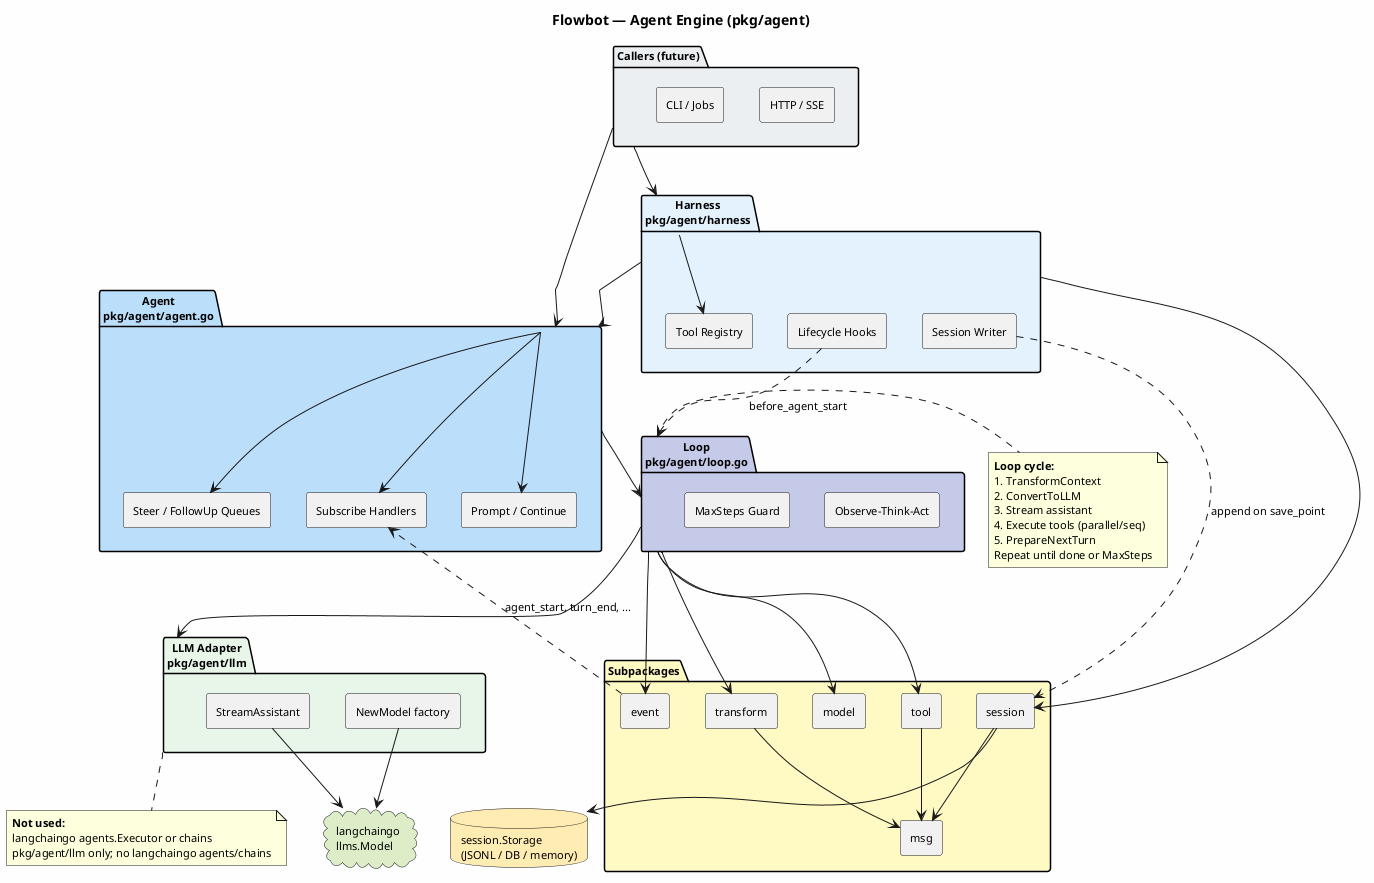
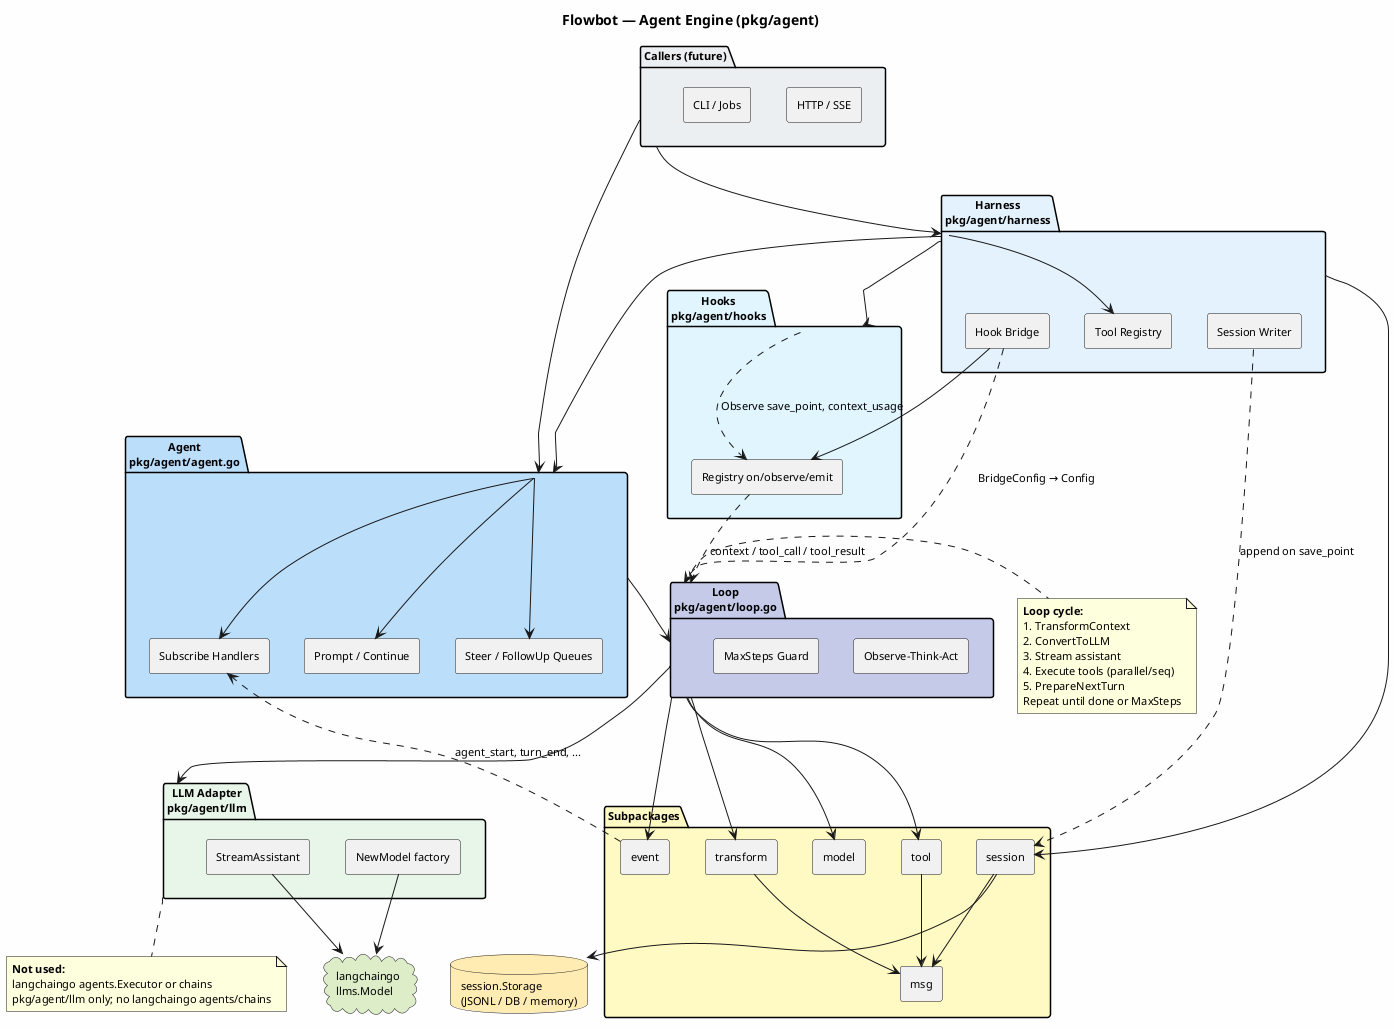
@startuml Agent Engine
' =============================================================================
' Flowbot Agent Engine (pkg/agent)
' Render: plantuml docs/agent/agent.puml
' =============================================================================

skinparam componentStyle rectangle
skinparam backgroundColor #FEFEFE
skinparam defaultFontSize 11

title Flowbot — Agent Engine (pkg/agent)

package "Callers (future)" as Callers #ECEFF1 {
  [HTTP / SSE] as HTTP
  [CLI / Jobs] as CLI
}

package "Harness\npkg/agent/harness" as Harness #E3F2FD {
-   [Lifecycle Hooks] as Hooks
  [Session Writer] as SessWrite
  [Tool Registry] as HReg
+   [Hook Bridge] as HBridge
+ }
+ 
+ package "Hooks\npkg/agent/hooks" as HooksPkg #E1F5FE {
+   [Registry on/observe/emit] as HookReg
}

package "Agent\npkg/agent/agent.go" as AgentPkg #BBDEFB {
  [Prompt / Continue] as Prompt
  [Steer / FollowUp Queues] as Queues
  [Subscribe Handlers] as Subs
}

package "Loop\npkg/agent/loop.go" as Loop #C5CAE9 {
  [Observe-Think-Act] as OTA
  [MaxSteps Guard] as Guard
}

package "Subpackages" as Sub #FFF9C4 {
  [tool] as ToolPkg
  [transform] as TransformPkg
  [session] as SessionPkg
  [model] as ModelPkg
  [event] as EventPkg
  [msg] as MsgPkg
}

package "LLM Adapter\npkg/agent/llm" as LLM #E8F5E9 {
  [StreamAssistant] as Stream
  [NewModel factory] as Factory
}

cloud "langchaingo\nllms.Model" as LangchainGo #DCEDC8

database "session.Storage\n(JSONL / DB / memory)" as Storage #FFECB3

Callers --> Harness
Callers --> AgentPkg
Harness --> AgentPkg
Harness --> SessionPkg
Harness --> HReg
+ Harness --> HooksPkg
+ HBridge --> HookReg
+ HBridge ..> Loop : BridgeConfig → Config

AgentPkg --> Loop
AgentPkg --> Subs
AgentPkg --> Queues
AgentPkg --> Prompt

Loop --> ToolPkg
Loop --> TransformPkg
Loop --> LLM
Loop --> EventPkg
Loop --> ModelPkg

ToolPkg --> MsgPkg
TransformPkg --> MsgPkg
SessionPkg --> MsgPkg
SessionPkg --> Storage

Stream --> LangchainGo
Factory --> LangchainGo

- Hooks ..> Loop : before_agent_start
+ HookReg ..> Loop : context / tool_call / tool_result
SessWrite ..> SessionPkg : append on save_point
+ HooksPkg ..> HookReg : Observe save_point, context_usage
EventPkg ..> Subs : agent_start, turn_end, ...

note right of Loop
  <b>Loop cycle:</b>
  1. TransformContext
  2. ConvertToLLM
  3. Stream assistant
  4. Execute tools (parallel/seq)
  5. PrepareNextTurn
  Repeat until done or MaxSteps
end note

note bottom of LLM
  <b>Not used:</b>
  langchaingo agents.Executor or chains
  pkg/agent/llm only; no langchaingo agents/chains
end note

@enduml
